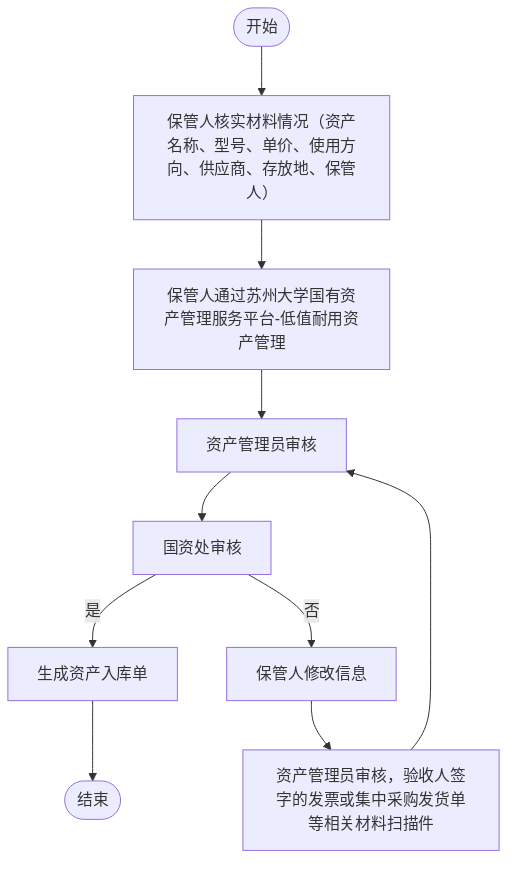
This is outline2flow/flow_outputs/page_40.png from AmyIvan/work1, a Mermaid export, as it was before one commit. Its source is kept beside it as outline2flow/mmd_outputs/page_40.mmd. The source it was exported from:
```mermaid
flowchart TD
    Start(["开始"]) --> A[保管人核实材料情况（资产名称、型号、单价、使用方向、供应商、存放地、保管人）]
    A --> B[保管人通过苏州大学国有资产管理服务平台-低值耐用资产管理]
    B --> C[资产管理员审核]
    C --> D[国资处审核]
    D -->|是| E[生成资产入库单]
    D -->|否| F[保管人修改信息]
    F --> G[资产管理员审核，验收人签字的发票或集中采购发货单等相关材料扫描件]
    G --> C
    E --> End(["结束"])
```
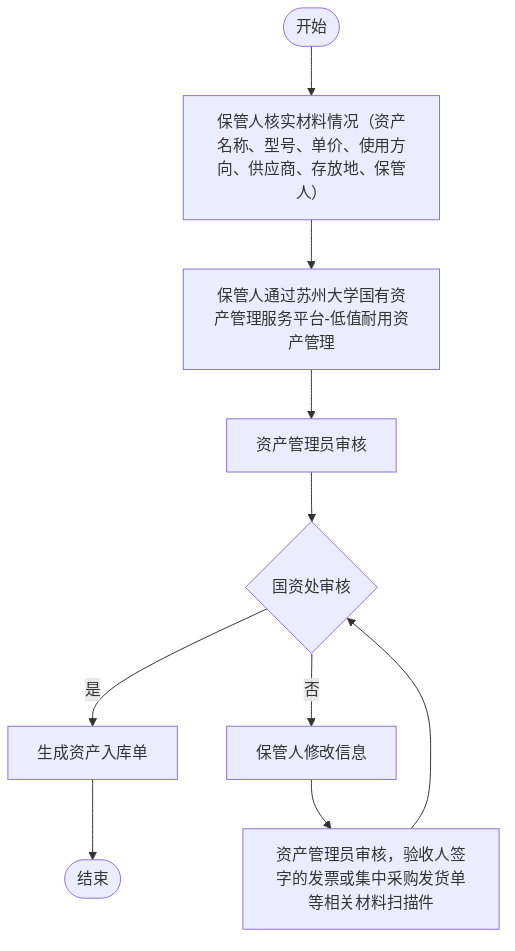
Later version of the same file.

The edit, as a diff of the source:
```diff
@@ -1,10 +1,10 @@
 flowchart TD
-    Start(["开始"]) --> A[保管人核实材料情况（资产名称、型号、单价、使用方向、供应商、存放地、保管人）]
-    A --> B[保管人通过苏州大学国有资产管理服务平台-低值耐用资产管理]
-    B --> C[资产管理员审核]
-    C --> D[国资处审核]
-    D -->|是| E[生成资产入库单]
-    D -->|否| F[保管人修改信息]
-    F --> G[资产管理员审核，验收人签字的发票或集中采购发货单等相关材料扫描件]
-    G --> C
-    E --> End(["结束"])
+    Start(["开始"]) --> Verify[保管人核实材料情况（资产名称、型号、单价、使用方向、供应商、存放地、保管人）]
+    Verify --> Platform[保管人通过苏州大学国有资产管理服务平台-低值耐用资产管理]
+    Platform --> AdminCheck[资产管理员审核]
+    AdminCheck --> StateCheck{国资处审核}
+    StateCheck -- 是 --> Generate[生成资产入库单]
+    StateCheck -- 否 --> Modify[保管人修改信息]
+    Modify --> Resubmit[资产管理员审核，验收人签字的发票或集中采购发货单等相关材料扫描件]
+    Resubmit --> StateCheck
+    Generate --> End(["结束"])
```
